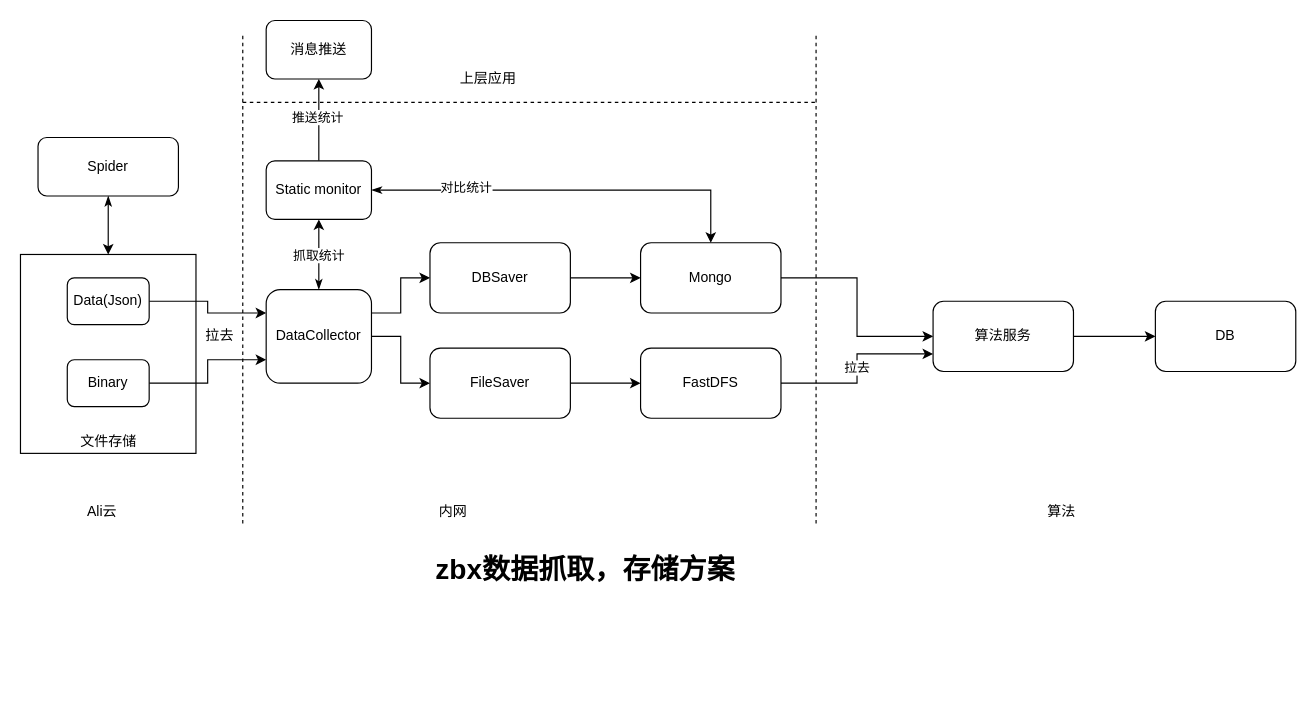
Before: Untitled Diagram.drawio in wiesel2/drawiorepo, a draw.io diagram. Source tidied: cells renumbered, new cells numbered last; positions are measured from the earlier drawing's top-left corner, leaving out a move shared by most shapes. Both pictures are drawn from the tidied source at 117%, with x=0, y=0 at pixel (20, 20).
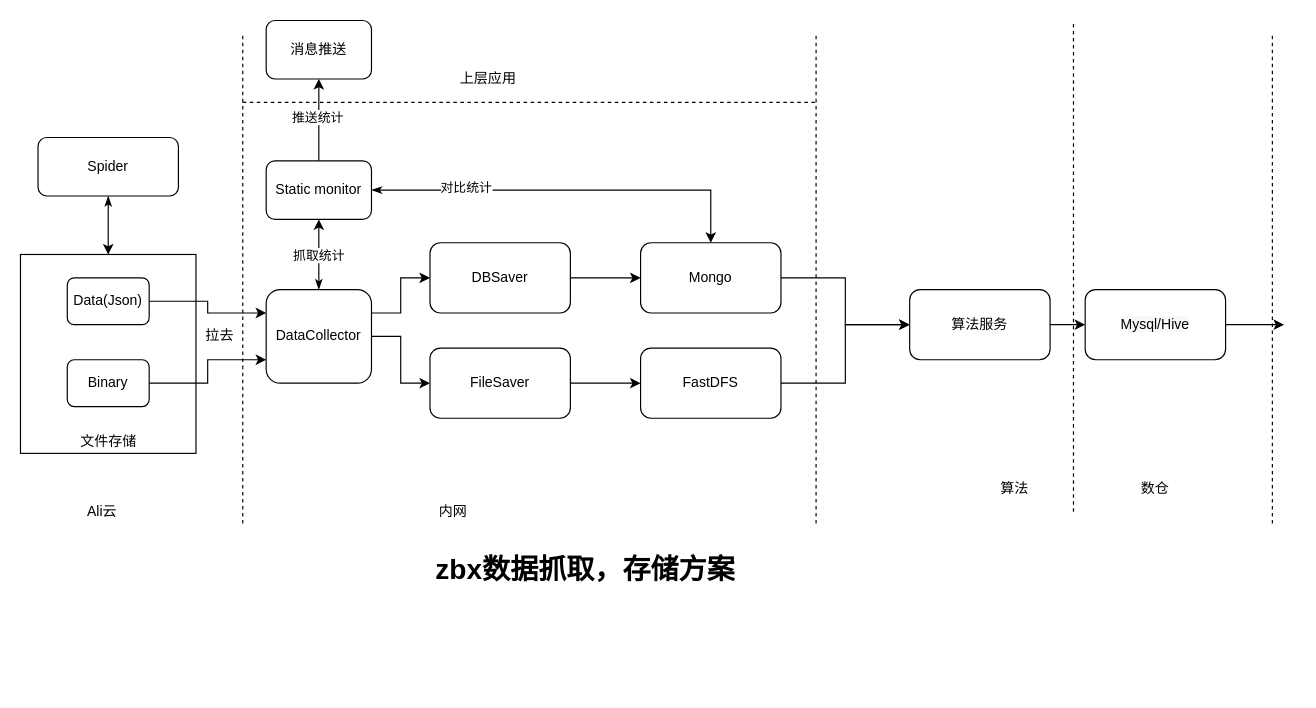
Above is the later version.

Unchanged cells that the change refers to:
```xml
<mxCell id="13" value="FastDFS" style="rounded=1;whiteSpace=wrap;html=1;" parent="1" vertex="1">
  <mxGeometry x="530" y="280" width="120" height="60" as="geometry" />
</mxCell>
<mxCell id="20" value="Mongo" style="rounded=1;whiteSpace=wrap;html=1;" parent="1" vertex="1">
  <mxGeometry x="530" y="190" width="120" height="60" as="geometry" />
</mxCell>
```

Change to the diagram source:
```diff
@@
-    <mxCell id="12" value="拉去" style="edgeStyle=orthogonalEdgeStyle;rounded=0;jettySize=auto;html=1;exitX=1;exitY=0.5;exitDx=0;exitDy=0;entryX=0;entryY=0.75;entryDx=0;entryDy=0;" parent="1" edge="1" source="13" target="37">
-      <mxGeometry relative="1" as="geometry" />
-    </mxCell>
+    <mxCell id="41" style="edgeStyle=orthogonalEdgeStyle;rounded=0;jettySize=auto;html=1;exitX=1;exitY=0.5;exitDx=0;exitDy=0;" parent="1" edge="1" source="13" target="39">
+      <mxGeometry relative="1" as="geometry" />
+    </mxCell>
@@
-    <mxCell id="19" style="edgeStyle=orthogonalEdgeStyle;rounded=0;jettySize=auto;html=1;exitX=1;exitY=0.5;exitDx=0;exitDy=0;" parent="1" edge="1" source="20" target="37">
-      <mxGeometry relative="1" as="geometry" />
-    </mxCell>
+    <mxCell id="42" style="edgeStyle=orthogonalEdgeStyle;rounded=0;jettySize=auto;html=1;exitX=1;exitY=0.5;exitDx=0;exitDy=0;" parent="1" edge="1" source="20" target="39">
+      <mxGeometry relative="1" as="geometry" />
+    </mxCell>
@@
-    <mxCell id="36" style="edgeStyle=orthogonalEdgeStyle;rounded=0;jettySize=auto;html=1;exitX=1;exitY=0.5;exitDx=0;exitDy=0;" parent="1" edge="1" source="37" target="39">
-      <mxGeometry relative="1" as="geometry" />
-    </mxCell>
+    <mxCell id="43" style="edgeStyle=orthogonalEdgeStyle;rounded=0;jettySize=auto;html=1;exitX=1;exitY=0.5;exitDx=0;exitDy=0;" parent="1" edge="1" source="37">
+      <mxGeometry relative="1" as="geometry">
+        <mxPoint x="1080" y="260" as="targetPoint" />
+      </mxGeometry>
+    </mxCell>
-    <mxCell id="37" value="算法服务" style="rounded=1;whiteSpace=wrap;html=1;" parent="1" vertex="1">
-      <mxGeometry x="780" y="240" width="120" height="60" as="geometry" />
+    <mxCell id="37" value="&#10;&#10;&lt;span style=&quot;color: rgb(0, 0, 0); font-family: helvetica; font-size: 12px; font-style: normal; font-weight: 400; letter-spacing: normal; text-align: center; text-indent: 0px; text-transform: none; word-spacing: 0px; background-color: rgb(248, 249, 250); display: inline; float: none;&quot;&gt;Mysql/Hive&lt;/span&gt;&#10;&#10;" style="rounded=1;whiteSpace=wrap;html=1;" parent="1" vertex="1">
+      <mxGeometry x="910" y="230" width="120" height="60" as="geometry" />
     </mxCell>
     <mxCell id="38" value="算法" style="text;html=1;strokeColor=none;fillColor=none;align=center;verticalAlign=middle;whiteSpace=wrap;rounded=0;" parent="1" vertex="1">
-      <mxGeometry x="870" y="410" width="40" height="20" as="geometry" />
+      <mxGeometry x="830" y="390" width="40" height="20" as="geometry" />
     </mxCell>
+    <mxCell id="44" style="edgeStyle=orthogonalEdgeStyle;rounded=0;jettySize=auto;html=1;exitX=1;exitY=0.5;exitDx=0;exitDy=0;" parent="1" edge="1" source="39" target="37">
+      <mxGeometry relative="1" as="geometry" />
+    </mxCell>
-    <mxCell id="39" value="DB" style="rounded=1;whiteSpace=wrap;html=1;" parent="1" vertex="1">
-      <mxGeometry x="970" y="240" width="120" height="60" as="geometry" />
+    <mxCell id="39" value="算法服务" style="rounded=1;whiteSpace=wrap;html=1;" parent="1" vertex="1">
+      <mxGeometry x="760" y="230" width="120" height="60" as="geometry" />
     </mxCell>
@@
+    <mxCell id="45" style="endArrow=none;dashed=1;html=1;" parent="1" edge="1">
+      <mxGeometry relative="1" as="geometry">
+        <mxPoint x="1070" y="430" as="sourcePoint" />
+        <mxPoint x="1070" y="10" as="targetPoint" />
+      </mxGeometry>
+    </mxCell>
+    <mxCell id="46" style="endArrow=none;dashed=1;html=1;" parent="1" edge="1">
+      <mxGeometry relative="1" as="geometry">
+        <mxPoint x="900" y="420" as="sourcePoint" />
+        <mxPoint x="900" as="targetPoint" />
+      </mxGeometry>
+    </mxCell>
+    <mxCell id="47" value="数仓" style="text;html=1;strokeColor=none;fillColor=none;align=center;verticalAlign=middle;whiteSpace=wrap;rounded=0;" parent="1" vertex="1">
+      <mxGeometry x="950" y="390" width="40" height="20" as="geometry" />
+    </mxCell>
```
